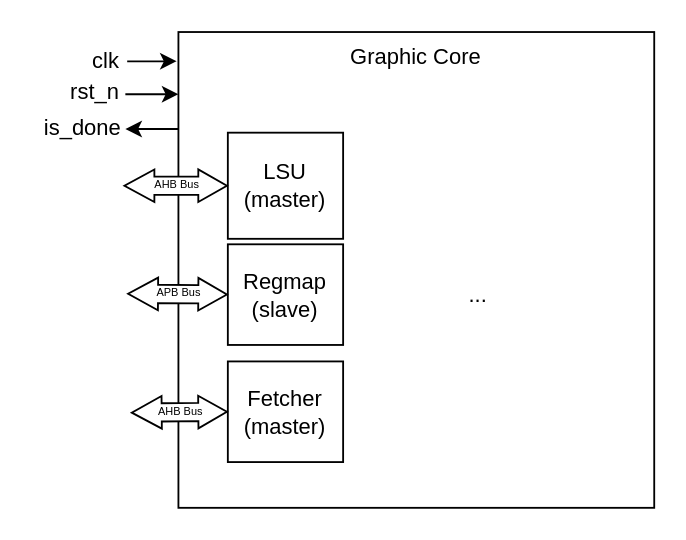
This is docs/starukhin_dissertation/images/svg/interface.drawio from HaMeNopeDiot/hardware_gpu, a draw.io file, before an edit. Source tidied: cells renumbered, new cells numbered last; positions are measured from the earlier drawing's top-left corner, leaving out a move shared by most shapes. Both pictures are drawn from the tidied source at 183%, with x=0, y=0 at pixel (31, 31).
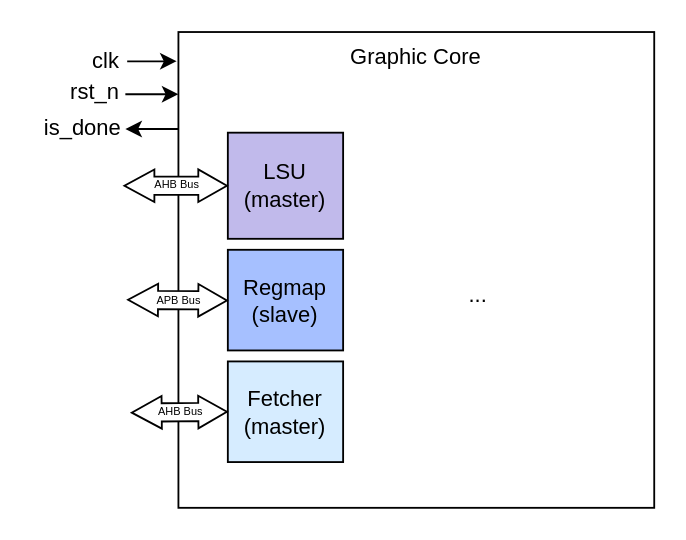
The same page after the edit.

What changed in the source:
```diff
@@
-    <mxCell id="2" value="Graphic Core" style="rounded=0;whiteSpace=wrap;html=1;verticalAlign=top;fillColor=#FFFFFF;" parent="1" vertex="1">
+    <mxCell id="2" value="Graphic Core" style="rounded=0;whiteSpace=wrap;html=1;verticalAlign=top;fillColor=#FFFFFF;gradientColor=none;" parent="1" vertex="1">
       <mxGeometry x="80" width="260" height="260" as="geometry" />
     </mxCell>
-    <mxCell id="3" value="LSU&lt;div&gt;(master)&lt;/div&gt;" style="rounded=0;whiteSpace=wrap;html=1;" parent="1" vertex="1">
+    <mxCell id="3" value="LSU&lt;div&gt;(master)&lt;/div&gt;" style="rounded=0;whiteSpace=wrap;html=1;fillColor=light-dark(#C1BAEB,#FFFFFF);" parent="1" vertex="1">
       <mxGeometry x="107" y="55" width="63" height="58" as="geometry" />
     </mxCell>
-    <mxCell id="4" value="Fetcher (master)" style="rounded=0;whiteSpace=wrap;html=1;" parent="1" vertex="1">
+    <mxCell id="4" value="Fetcher (master)" style="rounded=0;whiteSpace=wrap;html=1;fillColor=#D6ECFF;" parent="1" vertex="1">
       <mxGeometry x="107" y="180" width="63" height="55" as="geometry" />
     </mxCell>
@@
-    <mxCell id="7" value="Regmap (slave)" style="rounded=0;whiteSpace=wrap;html=1;" parent="1" vertex="1">
-      <mxGeometry x="107" y="116" width="63" height="55" as="geometry" />
+    <mxCell id="7" value="Regmap (slave)" style="rounded=0;whiteSpace=wrap;html=1;fillColor=light-dark(#A6C0FF,#FFFFFF);" parent="1" vertex="1">
+      <mxGeometry x="107" y="119" width="63" height="55" as="geometry" />
     </mxCell>
     <mxCell id="8" value="APB Bus" style="shape=flexArrow;endArrow=classic;startArrow=classic;html=1;rounded=0;endSize=4.878504672897197;startSize=5.1196261682243;targetPerimeterSpacing=0;sourcePerimeterSpacing=0;startWidth=6.822429906542056;endWidth=6.822429906542056;entryX=0;entryY=0.5;entryDx=0;entryDy=0;fillColor=default;fontSize=6;" parent="1" edge="1">
       <mxGeometry relative="1" as="geometry">
-        <mxPoint x="52" y="143" as="sourcePoint" />
-        <mxPoint x="107" y="143.4" as="targetPoint" />
+        <mxPoint x="52" y="146.3" as="sourcePoint" />
+        <mxPoint x="107" y="146.7" as="targetPoint" />
       </mxGeometry>
     </mxCell>
```
